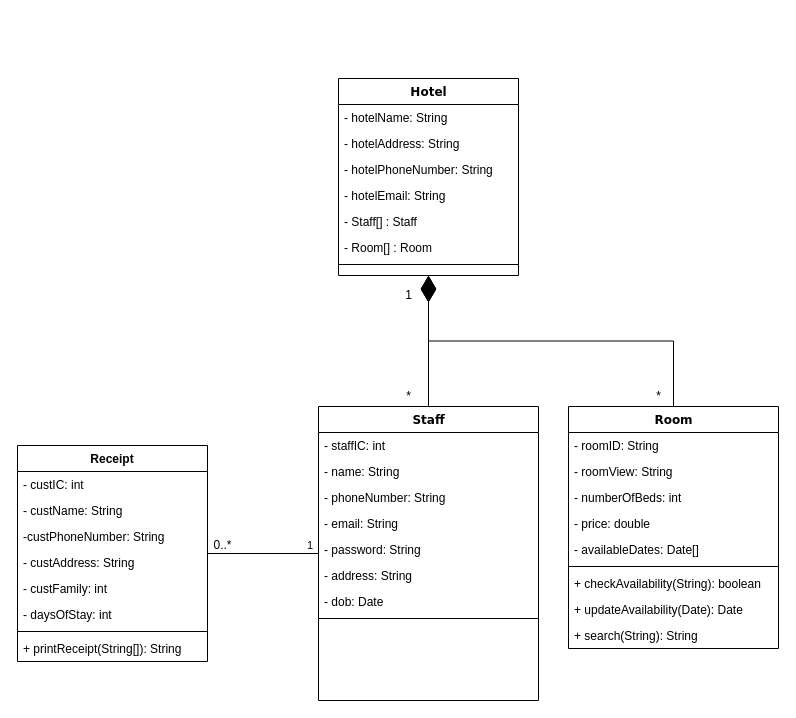
Above: Diagrams/UML Diagrams.drawio in BryanHJH/Java-Assignment (draw.io), before the change. Source tidied: cells renumbered, new cells numbered last; positions are measured from the earlier drawing's top-left corner, leaving out a move shared by most shapes. Both pictures are drawn from the tidied source at 100%, with x=0, y=0 at pixel (17, 78).
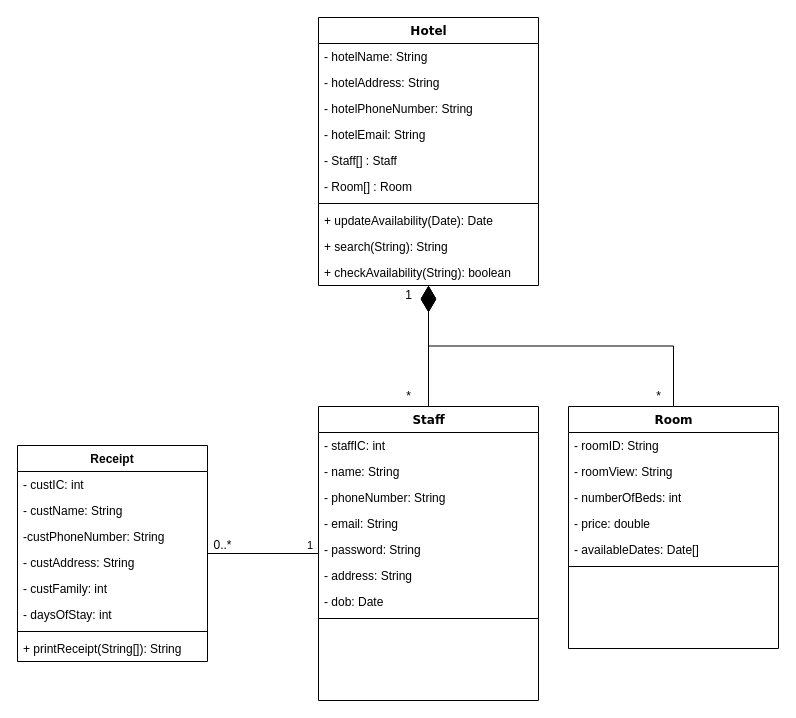
Above is the later version.

Unchanged cells that the change refers to:
```xml
<mxCell id="19" value="Room" style="swimlane;html=1;fontStyle=1;align=center;verticalAlign=top;horizontal=1;startSize=26;swimlaneFillColor=#ffffff;rounded=0;shadow=0;comic=0;labelBackgroundColor=none;strokeWidth=1;fillColor=none;fontFamily=Verdana;fontSize=12;" parent="1" vertex="1">
  <mxGeometry x="551" y="328" width="210" height="242" as="geometry" />
</mxCell>
```

The edit, as a diff of the source:
```diff
@@
     <mxCell id="2" value="Hotel" style="swimlane;html=1;fontStyle=1;align=center;verticalAlign=top;horizontal=1;startSize=26;swimlaneFillColor=#ffffff;rounded=0;shadow=0;comic=0;labelBackgroundColor=none;strokeWidth=1;fillColor=none;fontFamily=Verdana;fontSize=12;" parent="1" vertex="1">
-      <mxGeometry x="321" width="180" height="197" as="geometry" />
+      <mxGeometry x="301" y="-61" width="220" height="268" as="geometry" />
     </mxCell>
     <mxCell id="3" value="- hotelName: String" style="text;html=1;strokeColor=none;fillColor=none;align=left;verticalAlign=top;spacingLeft=4;spacingRight=4;whiteSpace=wrap;overflow=hidden;" parent="2" vertex="1">
-      <mxGeometry y="26" width="180" height="26" as="geometry" />
+      <mxGeometry y="26" width="220" height="26" as="geometry" />
     </mxCell>
     <mxCell id="4" value="- hotelAddress: String" style="text;html=1;strokeColor=none;fillColor=none;align=left;verticalAlign=top;spacingLeft=4;spacingRight=4;whiteSpace=wrap;overflow=hidden;" parent="2" vertex="1">
-      <mxGeometry y="52" width="180" height="26" as="geometry" />
+      <mxGeometry y="52" width="220" height="26" as="geometry" />
     </mxCell>
     <mxCell id="5" value="- hotelPhoneNumber: String" style="text;html=1;strokeColor=none;fillColor=none;align=left;verticalAlign=top;spacingLeft=4;spacingRight=4;whiteSpace=wrap;overflow=hidden;" parent="2" vertex="1">
-      <mxGeometry y="78" width="180" height="26" as="geometry" />
+      <mxGeometry y="78" width="220" height="26" as="geometry" />
     </mxCell>
     <mxCell id="6" value="- hotelEmail: String" style="text;html=1;strokeColor=none;fillColor=none;align=left;verticalAlign=top;spacingLeft=4;spacingRight=4;whiteSpace=wrap;overflow=hidden;" parent="2" vertex="1">
-      <mxGeometry y="104" width="180" height="26" as="geometry" />
+      <mxGeometry y="104" width="220" height="26" as="geometry" />
     </mxCell>
     <mxCell id="7" value="- Staff[] : Staff" style="text;html=1;strokeColor=none;fillColor=none;align=left;verticalAlign=top;spacingLeft=4;spacingRight=4;whiteSpace=wrap;overflow=hidden;" parent="2" vertex="1">
-      <mxGeometry y="130" width="180" height="26" as="geometry" />
+      <mxGeometry y="130" width="220" height="26" as="geometry" />
     </mxCell>
     <mxCell id="8" value="- Room[] : Room" style="text;html=1;strokeColor=none;fillColor=none;align=left;verticalAlign=top;spacingLeft=4;spacingRight=4;whiteSpace=wrap;overflow=hidden;" parent="2" vertex="1">
-      <mxGeometry y="156" width="180" height="26" as="geometry" />
+      <mxGeometry y="156" width="220" height="26" as="geometry" />
     </mxCell>
     <mxCell id="9" style="line;html=1;strokeWidth=1;fillColor=none;align=left;verticalAlign=middle;spacingTop=-1;spacingLeft=3;spacingRight=3;labelPosition=right;" parent="2" vertex="1">
-      <mxGeometry y="182" width="180" height="8" as="geometry" />
+      <mxGeometry y="182" width="220" height="8" as="geometry" />
     </mxCell>
+    <mxCell id="27" value="+ updateAvailability(Date): Date" style="text;html=1;strokeColor=none;fillColor=none;align=left;verticalAlign=top;spacingLeft=4;spacingRight=4;whiteSpace=wrap;overflow=hidden;" parent="2" vertex="1">
+      <mxGeometry y="190" width="220" height="26" as="geometry" />
+    </mxCell>
+    <mxCell id="28" value="+ search(String): String" style="text;html=1;strokeColor=none;fillColor=none;align=left;verticalAlign=top;spacingLeft=4;spacingRight=4;whiteSpace=wrap;overflow=hidden;" parent="2" vertex="1">
+      <mxGeometry y="216" width="220" height="26" as="geometry" />
+    </mxCell>
+    <mxCell id="26" value="+ checkAvailability(String): boolean" style="text;html=1;strokeColor=none;fillColor=none;align=left;verticalAlign=top;spacingLeft=4;spacingRight=4;whiteSpace=wrap;overflow=hidden;" parent="2" vertex="1">
+      <mxGeometry y="242" width="220" height="26" as="geometry" />
+    </mxCell>
@@
-    <mxCell id="26" value="+ checkAvailability(String): boolean" style="text;html=1;strokeColor=none;fillColor=none;align=left;verticalAlign=top;spacingLeft=4;spacingRight=4;whiteSpace=wrap;overflow=hidden;" parent="19" vertex="1">
-      <mxGeometry y="164" width="210" height="26" as="geometry" />
-    </mxCell>
-    <mxCell id="27" value="+ updateAvailability(Date): Date" style="text;html=1;strokeColor=none;fillColor=none;align=left;verticalAlign=top;spacingLeft=4;spacingRight=4;whiteSpace=wrap;overflow=hidden;" parent="19" vertex="1">
-      <mxGeometry y="190" width="210" height="26" as="geometry" />
-    </mxCell>
-    <mxCell id="28" value="+ search(String): String" style="text;html=1;strokeColor=none;fillColor=none;align=left;verticalAlign=top;spacingLeft=4;spacingRight=4;whiteSpace=wrap;overflow=hidden;" parent="19" vertex="1">
-      <mxGeometry y="216" width="210" height="26" as="geometry" />
-    </mxCell>
```
